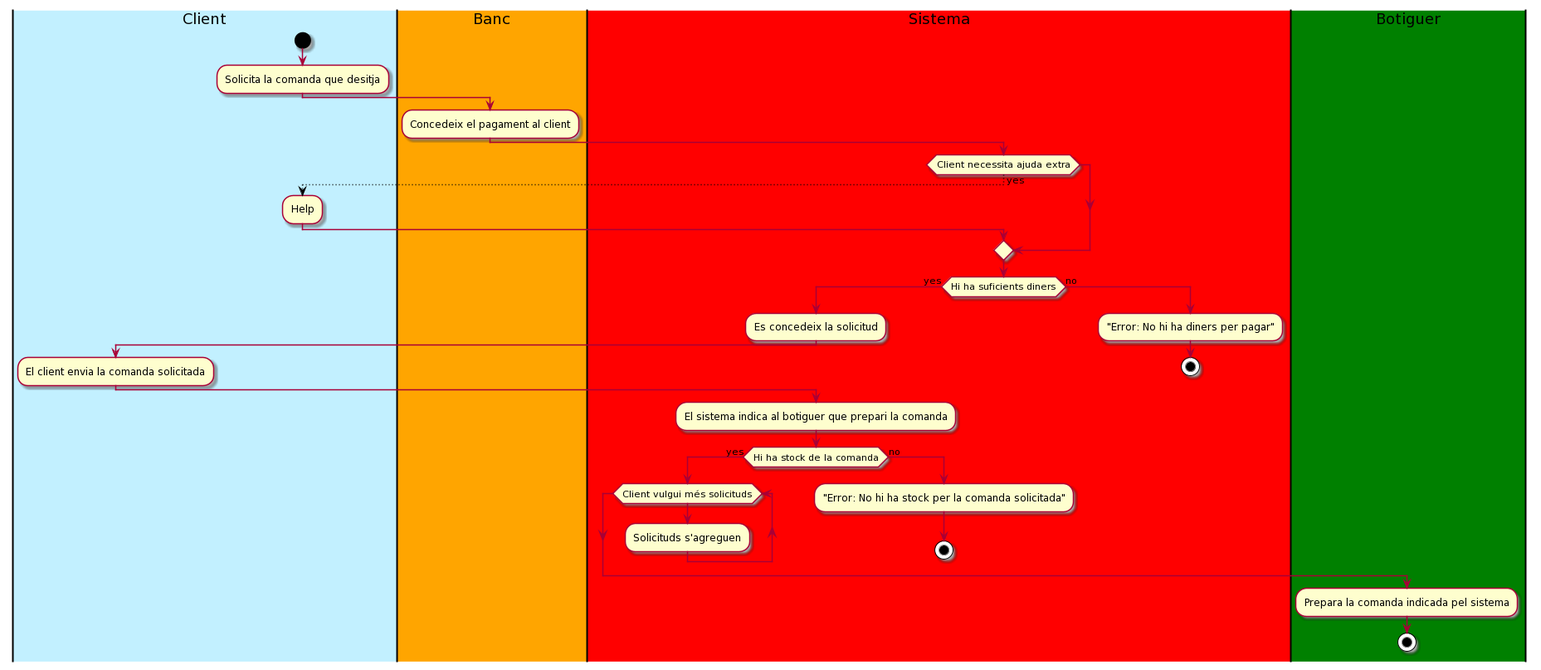
Above: diagrams/sprint2_diag_act_solicitud_comanda.png in polpagesdev/delivery-app (PlantUML), before the change.
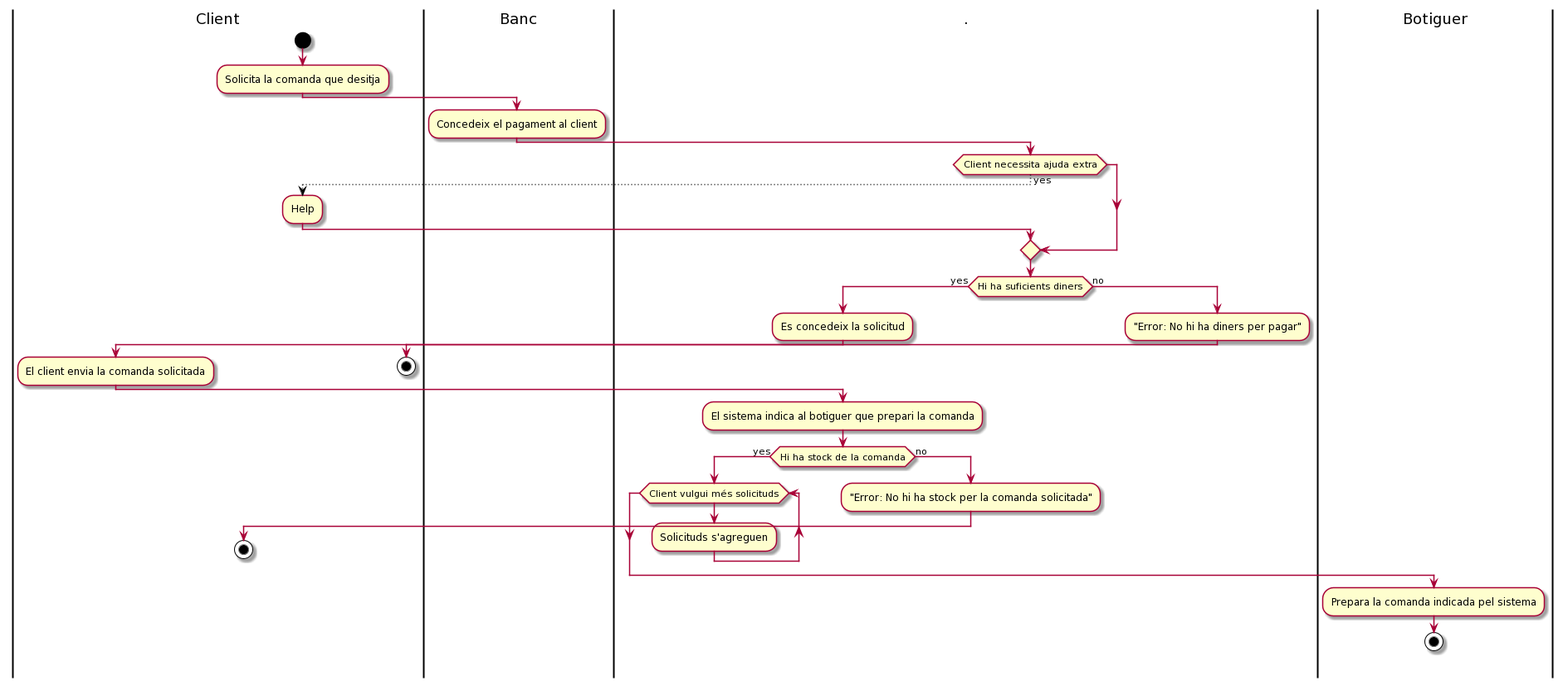
The same diagram one commit later.

Diff of the diagram source:
```diff
@@ -1,37 +1,39 @@
 @startuml
-|#Application|Client|
+|Client|
 start
 :Solicita la comanda que desitja;
-|#Orange|Banc|
+|Banc|
 :Concedeix el pagament al client;
-|#Red|Sistema|
+|.|
 if (Client necessita ajuda extra) then (yes)
    -[#black,dotted]->
    |Client|
    :Help;
 endif
-|Sistema|
+|.|
 if (Hi ha suficients diners) then (yes)
   :Es concedeix la solicitud;
   |Client|
   :El client envia la comanda solicitada;
-  |Sistema|
+  |.|
   :El sistema indica al botiguer que prepari la comanda;
   if (Hi ha stock de la comanda) then (yes)
     while (Client vulgui més solicituds)
       :Solicituds s'agreguen;
     endwhile
-    |#Green|Botiguer|
+    |Botiguer|
     :Prepara la comanda indicada pel sistema;
   stop
   else (no)
-     |Sistema|
+     |.|
      :"Error: No hi ha stock per la comanda solicitada";
+     |Client|
      stop
 endif
 else (no)
- |Sistema|
+ |.|
  :"Error: No hi ha diners per pagar";
+ |Client|
  stop
 endif
 @enduml
```
